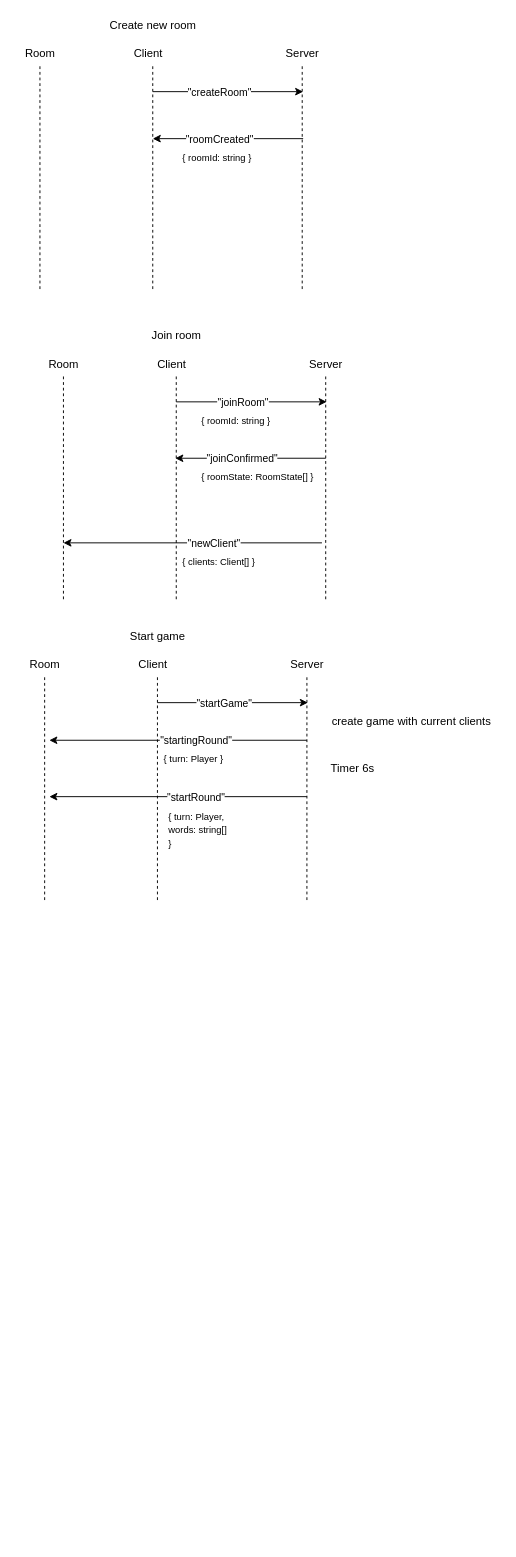
Before: eventDiagram.drawio in MineTech0/selita-ja-arvaa, a draw.io diagram. Source tidied: cells renumbered, new cells numbered last; positions are measured from the earlier drawing's top-left corner, leaving out a move shared by most shapes. Both pictures are drawn from the tidied source at 94%, with x=0, y=0 at pixel (16, 16).
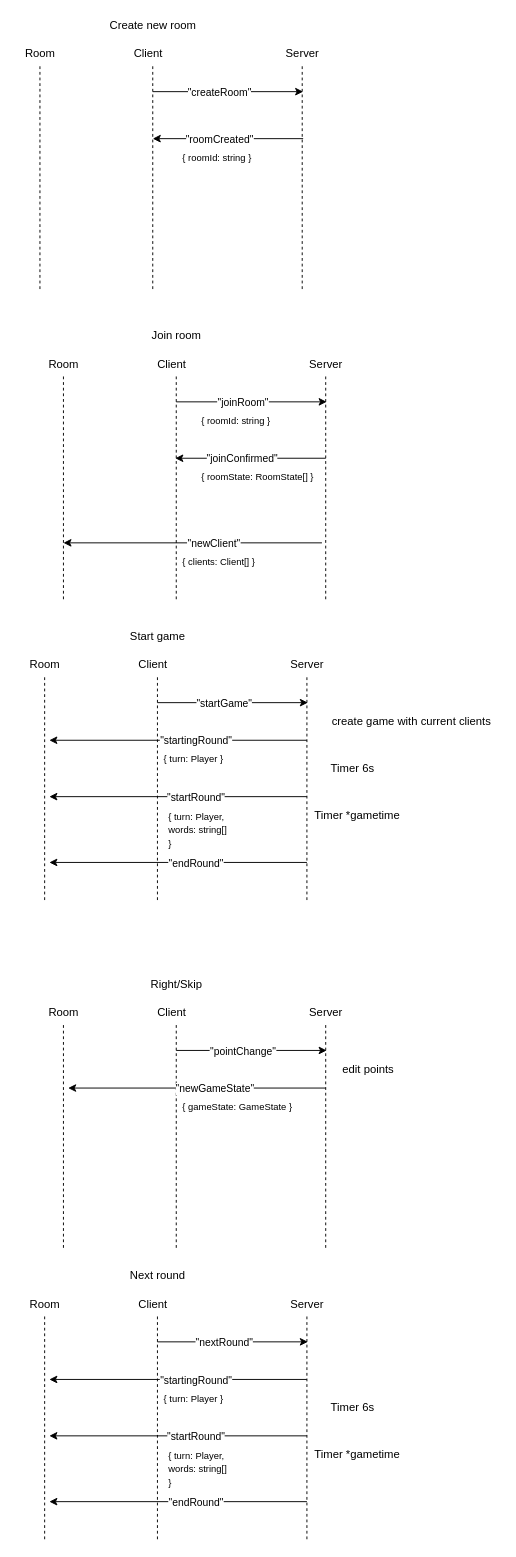
The same diagram, later.

What changed in the source:
```diff
@@
+    <mxCell id="47" value="Timer *gametime&amp;nbsp;" style="text;html=1;align=center;verticalAlign=middle;strokeColor=none;" parent="1" vertex="1">
+      <mxGeometry x="309" y="840" width="110" height="20" as="geometry" />
+    </mxCell>
+    <mxCell id="48" style="endArrow=classic;html=1;" parent="1" edge="1">
+      <mxGeometry relative="1" as="geometry">
+        <mxPoint x="309" y="900" as="sourcePoint" />
+        <mxPoint x="35" y="900" as="targetPoint" />
+      </mxGeometry>
+    </mxCell>
+    <mxCell id="49" value="&quot;endRound&quot;" style="edgeLabel;html=1;align=center;verticalAlign=middle;" parent="48" vertex="1">
+      <mxGeometry x="-0.49" relative="1" as="geometry">
+        <mxPoint x="-49" as="offset" />
+      </mxGeometry>
+    </mxCell>
+    <mxCell id="50" style="endArrow=none;dashed=1;html=1;" parent="1" edge="1">
+      <mxGeometry relative="1" as="geometry">
+        <mxPoint x="170" y="1310" as="sourcePoint" />
+        <mxPoint x="170" y="1070" as="targetPoint" />
+      </mxGeometry>
+    </mxCell>
+    <mxCell id="51" style="endArrow=none;dashed=1;html=1;" parent="1" edge="1">
+      <mxGeometry relative="1" as="geometry">
+        <mxPoint x="50" y="1310" as="sourcePoint" />
+        <mxPoint x="50" y="1070" as="targetPoint" />
+      </mxGeometry>
+    </mxCell>
+    <mxCell id="52" value="Room&lt;br&gt;" style="text;html=1;align=center;verticalAlign=middle;strokeColor=none;" parent="1" vertex="1">
+      <mxGeometry x="25" y="1050" width="50" height="20" as="geometry" />
+    </mxCell>
+    <mxCell id="53" value="Client&lt;br&gt;" style="text;html=1;align=center;verticalAlign=middle;strokeColor=none;" parent="1" vertex="1">
+      <mxGeometry x="140" y="1050" width="50" height="20" as="geometry" />
+    </mxCell>
+    <mxCell id="54" style="endArrow=none;dashed=1;html=1;" parent="1" edge="1">
+      <mxGeometry relative="1" as="geometry">
+        <mxPoint x="329" y="1310" as="sourcePoint" />
+        <mxPoint x="329" y="1070" as="targetPoint" />
+      </mxGeometry>
+    </mxCell>
+    <mxCell id="55" value="Server" style="text;html=1;align=center;verticalAlign=middle;strokeColor=none;" parent="1" vertex="1">
+      <mxGeometry x="304" y="1050" width="50" height="20" as="geometry" />
+    </mxCell>
+    <mxCell id="56" style="endArrow=classic;html=1;" parent="1" edge="1">
+      <mxGeometry relative="1" as="geometry">
+        <mxPoint x="170" y="1100" as="sourcePoint" />
+        <mxPoint x="330" y="1100" as="targetPoint" />
+      </mxGeometry>
+    </mxCell>
+    <mxCell id="57" value="&quot;pointChange&quot;" style="edgeLabel;html=1;align=center;verticalAlign=middle;" parent="56" vertex="1">
+      <mxGeometry x="-0.49" relative="1" as="geometry">
+        <mxPoint x="29" as="offset" />
+      </mxGeometry>
+    </mxCell>
+    <mxCell id="58" value="Right/Skip" style="text;html=1;align=center;verticalAlign=middle;strokeColor=none;fillColor=#ffffff;" parent="1" vertex="1">
+      <mxGeometry x="135" y="1020" width="70" height="20" as="geometry" />
+    </mxCell>
+    <mxCell id="59" style="endArrow=classic;html=1;" parent="1" edge="1">
+      <mxGeometry relative="1" as="geometry">
+        <mxPoint x="329" y="1140" as="sourcePoint" />
+        <mxPoint x="55" y="1140" as="targetPoint" />
+      </mxGeometry>
+    </mxCell>
+    <mxCell id="60" value="&quot;newGameState&quot;" style="edgeLabel;html=1;align=center;verticalAlign=middle;" parent="59" vertex="1">
+      <mxGeometry x="-0.49" relative="1" as="geometry">
+        <mxPoint x="-49" as="offset" />
+      </mxGeometry>
+    </mxCell>
+    <mxCell id="61" value="&lt;font style=&quot;font-size: 10px&quot;&gt;{ gameState: GameState }&lt;/font&gt;" style="text;html=1;align=left;verticalAlign=middle;strokeColor=none;" parent="1" vertex="1">
+      <mxGeometry x="175" y="1150" width="130" height="20" as="geometry" />
+    </mxCell>
+    <mxCell id="62" value="edit points" style="text;html=1;align=center;verticalAlign=middle;strokeColor=none;" parent="1" vertex="1">
+      <mxGeometry x="339" y="1110" width="70" height="20" as="geometry" />
+    </mxCell>
+    <mxCell id="63" style="endArrow=none;dashed=1;html=1;" parent="1" edge="1">
+      <mxGeometry relative="1" as="geometry">
+        <mxPoint x="150" y="1620" as="sourcePoint" />
+        <mxPoint x="150" y="1380" as="targetPoint" />
+      </mxGeometry>
+    </mxCell>
+    <mxCell id="64" style="endArrow=none;dashed=1;html=1;" parent="1" edge="1">
+      <mxGeometry relative="1" as="geometry">
+        <mxPoint x="30" y="1620" as="sourcePoint" />
+        <mxPoint x="30" y="1380" as="targetPoint" />
+      </mxGeometry>
+    </mxCell>
+    <mxCell id="65" value="Room&lt;br&gt;" style="text;html=1;align=center;verticalAlign=middle;strokeColor=none;" parent="1" vertex="1">
+      <mxGeometry x="5" y="1360" width="50" height="20" as="geometry" />
+    </mxCell>
+    <mxCell id="66" value="Client&lt;br&gt;" style="text;html=1;align=center;verticalAlign=middle;strokeColor=none;" parent="1" vertex="1">
+      <mxGeometry x="120" y="1360" width="50" height="20" as="geometry" />
+    </mxCell>
+    <mxCell id="67" style="endArrow=none;dashed=1;html=1;" parent="1" edge="1">
+      <mxGeometry relative="1" as="geometry">
+        <mxPoint x="309" y="1620" as="sourcePoint" />
+        <mxPoint x="309" y="1380" as="targetPoint" />
+      </mxGeometry>
+    </mxCell>
+    <mxCell id="68" value="Server" style="text;html=1;align=center;verticalAlign=middle;strokeColor=none;" parent="1" vertex="1">
+      <mxGeometry x="284" y="1360" width="50" height="20" as="geometry" />
+    </mxCell>
+    <mxCell id="69" style="endArrow=classic;html=1;" parent="1" edge="1">
+      <mxGeometry relative="1" as="geometry">
+        <mxPoint x="150" y="1410" as="sourcePoint" />
+        <mxPoint x="310" y="1410" as="targetPoint" />
+      </mxGeometry>
+    </mxCell>
+    <mxCell id="70" value="&quot;nextRound&quot;" style="edgeLabel;html=1;align=center;verticalAlign=middle;" parent="69" vertex="1">
+      <mxGeometry x="-0.49" relative="1" as="geometry">
+        <mxPoint x="29" as="offset" />
+      </mxGeometry>
+    </mxCell>
+    <mxCell id="71" value="Next round" style="text;html=1;align=center;verticalAlign=middle;strokeColor=none;fillColor=#ffffff;" parent="1" vertex="1">
+      <mxGeometry x="115" y="1330" width="70" height="20" as="geometry" />
+    </mxCell>
+    <mxCell id="72" style="endArrow=classic;html=1;" parent="1" edge="1">
+      <mxGeometry relative="1" as="geometry">
+        <mxPoint x="309" y="1450" as="sourcePoint" />
+        <mxPoint x="35" y="1450" as="targetPoint" />
+      </mxGeometry>
+    </mxCell>
+    <mxCell id="73" value="&quot;startingRound&quot;" style="edgeLabel;html=1;align=center;verticalAlign=middle;" parent="72" vertex="1">
+      <mxGeometry x="-0.49" relative="1" as="geometry">
+        <mxPoint x="-49" as="offset" />
+      </mxGeometry>
+    </mxCell>
+    <mxCell id="74" value="&lt;font style=&quot;font-size: 10px&quot;&gt;{ turn: Player&amp;nbsp;}&lt;/font&gt;" style="text;html=1;align=left;verticalAlign=middle;strokeColor=none;" parent="1" vertex="1">
+      <mxGeometry x="155" y="1460" width="80" height="20" as="geometry" />
+    </mxCell>
+    <mxCell id="75" style="endArrow=classic;html=1;" parent="1" edge="1">
+      <mxGeometry relative="1" as="geometry">
+        <mxPoint x="309" y="1510" as="sourcePoint" />
+        <mxPoint x="35" y="1510" as="targetPoint" />
+      </mxGeometry>
+    </mxCell>
+    <mxCell id="76" value="&quot;startRound&quot;" style="edgeLabel;html=1;align=center;verticalAlign=middle;" parent="75" vertex="1">
+      <mxGeometry x="-0.49" relative="1" as="geometry">
+        <mxPoint x="-49" as="offset" />
+      </mxGeometry>
+    </mxCell>
+    <mxCell id="77" value="&lt;font style=&quot;font-size: 10px&quot;&gt;{ turn: Player,&lt;br&gt;words: string[] &lt;br&gt;}&lt;/font&gt;" style="text;html=1;align=left;verticalAlign=middle;strokeColor=none;" parent="1" vertex="1">
+      <mxGeometry x="160" y="1520" width="80" height="50" as="geometry" />
+    </mxCell>
+    <mxCell id="78" value="Timer 6s&amp;nbsp;" style="text;html=1;align=center;verticalAlign=middle;strokeColor=none;" parent="1" vertex="1">
+      <mxGeometry x="324" y="1470" width="70" height="20" as="geometry" />
+    </mxCell>
+    <mxCell id="79" value="Timer *gametime&amp;nbsp;" style="text;html=1;align=center;verticalAlign=middle;strokeColor=none;" parent="1" vertex="1">
+      <mxGeometry x="309" y="1520" width="110" height="20" as="geometry" />
+    </mxCell>
+    <mxCell id="80" style="endArrow=classic;html=1;" parent="1" edge="1">
+      <mxGeometry relative="1" as="geometry">
+        <mxPoint x="309" y="1580" as="sourcePoint" />
+        <mxPoint x="35" y="1580" as="targetPoint" />
+      </mxGeometry>
+    </mxCell>
+    <mxCell id="81" value="&quot;endRound&quot;" style="edgeLabel;html=1;align=center;verticalAlign=middle;" parent="80" vertex="1">
+      <mxGeometry x="-0.49" relative="1" as="geometry">
+        <mxPoint x="-49" as="offset" />
+      </mxGeometry>
+    </mxCell>
```
